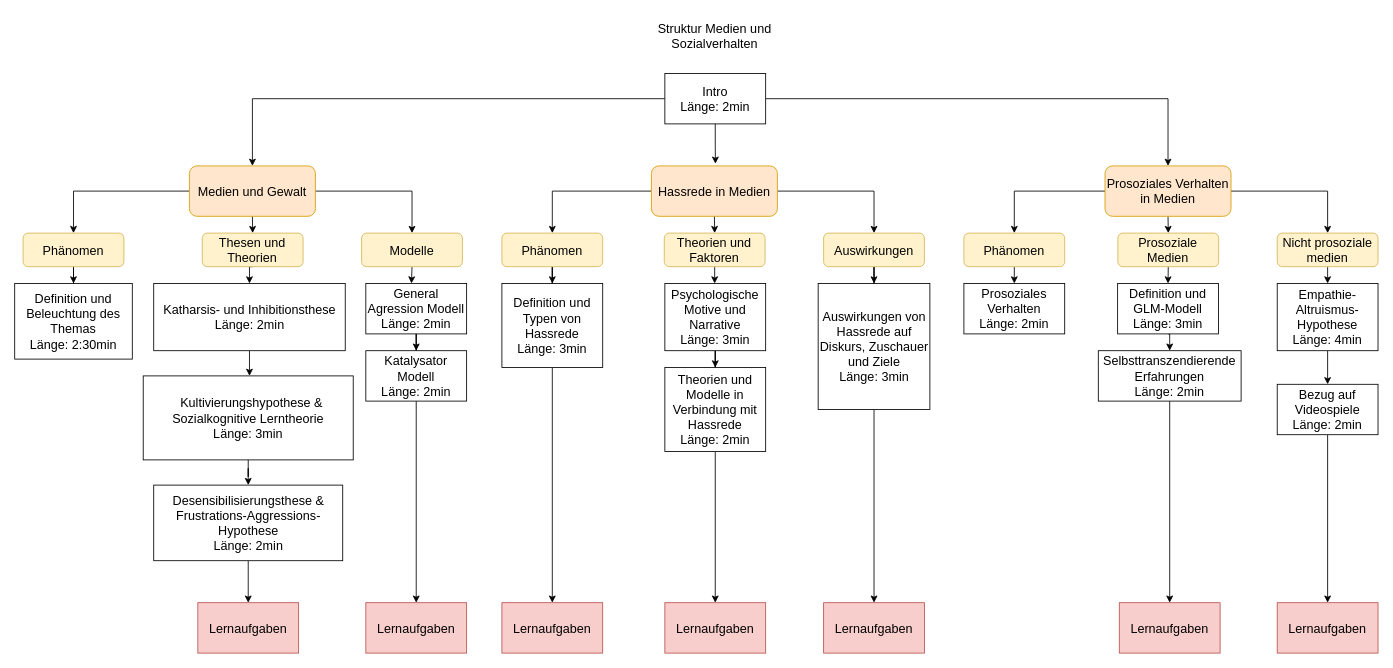
The draw.io diagram Unbenanntes Diagramm.drawio in huehneja/EIA1_WiSe2021, before the edit. Source tidied: cells renumbered, new cells numbered last; positions are measured from the earlier drawing's top-left corner, leaving out a move shared by most shapes. Both pictures are drawn from the tidied source at 84%, with x=0, y=0 at pixel (14, 14).
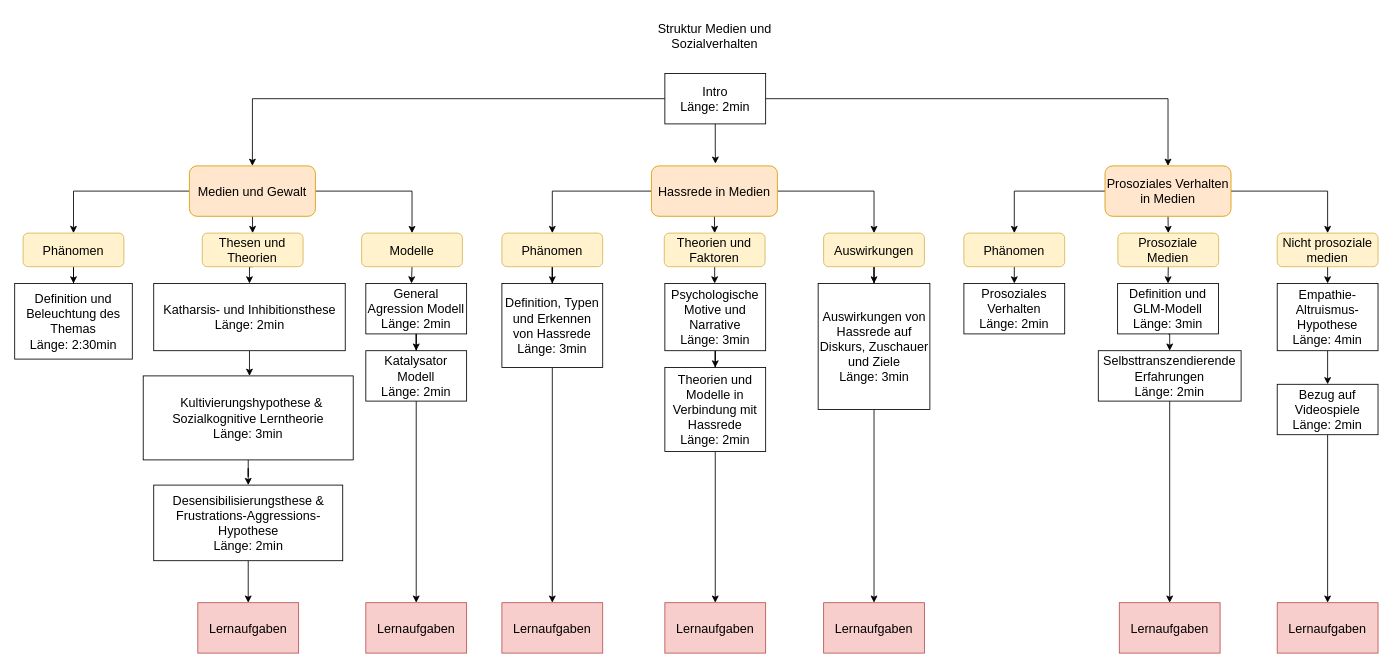
The same diagram, later.

What changed in the source:
```diff
@@
-    <mxCell id="50" value="Definition und Typen von Hassrede&lt;br style=&quot;font-size: 15px;&quot;&gt;Länge: 3min" style="rounded=0;whiteSpace=wrap;html=1;fontSize=15;" parent="1" vertex="1">
+    <mxCell id="50" value="Definition, Typen und Erkennen von Hassrede&lt;br style=&quot;font-size: 15px;&quot;&gt;Länge: 3min" style="rounded=0;whiteSpace=wrap;html=1;fontSize=15;" parent="1" vertex="1">
       <mxGeometry x="580" y="320" width="120" height="100" as="geometry" />
     </mxCell>
```
